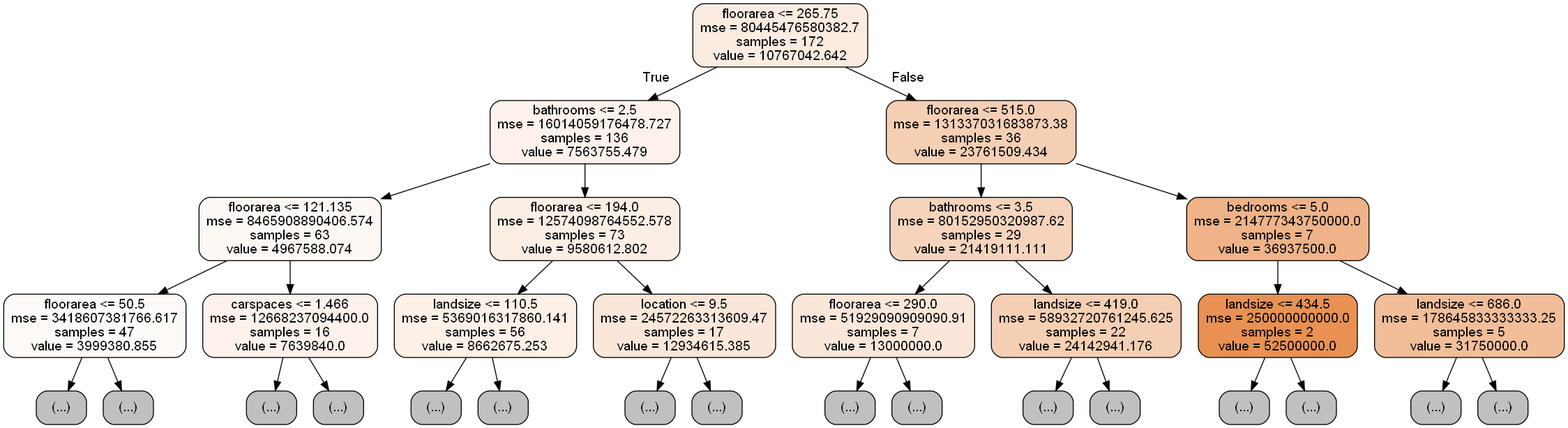
Before: tree2.png, a diagram exported from Graphviz (gwynncausing/RealEstateMultipleRegression). Its source is kept beside it as tree2.dot.
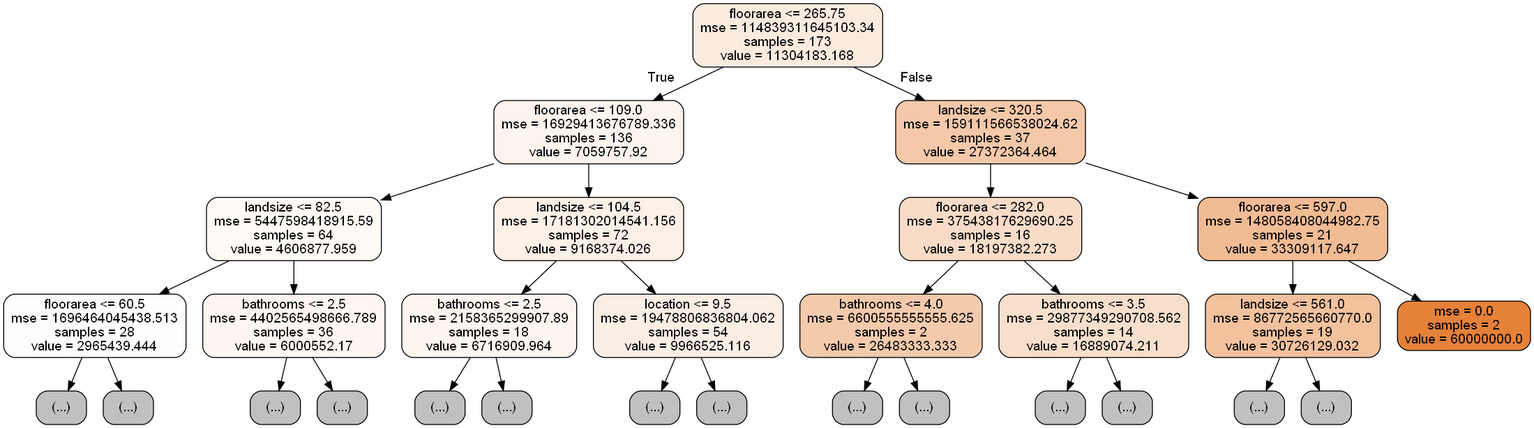
Above is the later version.

The edit, as a diff of the source:
```diff
@@ -1,65 +1,61 @@
 digraph Tree {
 node [shape=box, style="filled, rounded", color="black", fontname=helvetica] ;
 edge [fontname=helvetica] ;
-0 [label="floorarea <= 265.75\nmse = 80445476580382.7\nsamples = 172\nvalue = 10767042.642", fillcolor="#fbebe0"] ;
-1 [label="bathrooms <= 2.5\nmse = 16014059176478.727\nsamples = 136\nvalue = 7563755.479", fillcolor="#fcf2eb"] ;
+0 [label="floorarea <= 265.75\nmse = 114839311645103.34\nsamples = 173\nvalue = 11304183.168", fillcolor="#fbebdf"] ;
+1 [label="floorarea <= 109.0\nmse = 16929413676789.336\nsamples = 136\nvalue = 7059757.92", fillcolor="#fdf4ee"] ;
 0 -> 1 [labeldistance=2.5, labelangle=45, headlabel="True"] ;
-2 [label="floorarea <= 121.135\nmse = 8465908890406.574\nsamples = 63\nvalue = 4967588.074", fillcolor="#fef8f4"] ;
+2 [label="landsize <= 82.5\nmse = 5447598418915.59\nsamples = 64\nvalue = 4606877.959", fillcolor="#fefaf6"] ;
 1 -> 2 ;
-3 [label="floorarea <= 50.5\nmse = 3418607381766.617\nsamples = 47\nvalue = 3999380.855", fillcolor="#fefaf7"] ;
+3 [label="floorarea <= 60.5\nmse = 1696464045438.513\nsamples = 28\nvalue = 2965439.444", fillcolor="#fffdfc"] ;
 2 -> 3 ;
 4 [label="(...)", fillcolor="#C0C0C0"] ;
 3 -> 4 ;
 5 [label="(...)", fillcolor="#C0C0C0"] ;
 3 -> 5 ;
-6 [label="carspaces <= 1.466\nmse = 12668237094400.0\nsamples = 16\nvalue = 7639840.0", fillcolor="#fcf2eb"] ;
+6 [label="bathrooms <= 2.5\nmse = 4402565498666.789\nsamples = 36\nvalue = 6000552.17", fillcolor="#fdf6f2"] ;
 2 -> 6 ;
 7 [label="(...)", fillcolor="#C0C0C0"] ;
 6 -> 7 ;
 8 [label="(...)", fillcolor="#C0C0C0"] ;
 6 -> 8 ;
-9 [label="floorarea <= 194.0\nmse = 12574098764552.578\nsamples = 73\nvalue = 9580612.802", fillcolor="#fbeee4"] ;
+9 [label="landsize <= 104.5\nmse = 17181302014541.156\nsamples = 72\nvalue = 9168374.026", fillcolor="#fcf0e7"] ;
 1 -> 9 ;
-10 [label="landsize <= 110.5\nmse = 5369016317860.141\nsamples = 56\nvalue = 8662675.253", fillcolor="#fcf0e7"] ;
+10 [label="bathrooms <= 2.5\nmse = 2158365299907.89\nsamples = 18\nvalue = 6716909.964", fillcolor="#fdf5ef"] ;
 9 -> 10 ;
 11 [label="(...)", fillcolor="#C0C0C0"] ;
 10 -> 11 ;
 12 [label="(...)", fillcolor="#C0C0C0"] ;
 10 -> 12 ;
-13 [label="location <= 9.5\nmse = 24572263313609.47\nsamples = 17\nvalue = 12934615.385", fillcolor="#fae7d9"] ;
+13 [label="location <= 9.5\nmse = 19478806836804.062\nsamples = 54\nvalue = 9966525.116", fillcolor="#fbeee4"] ;
 9 -> 13 ;
 14 [label="(...)", fillcolor="#C0C0C0"] ;
 13 -> 14 ;
 15 [label="(...)", fillcolor="#C0C0C0"] ;
 13 -> 15 ;
-16 [label="floorarea <= 515.0\nmse = 131337031683873.38\nsamples = 36\nvalue = 23761509.434", fillcolor="#f5cfb4"] ;
+16 [label="landsize <= 320.5\nmse = 159111566538024.62\nsamples = 37\nvalue = 27372364.464", fillcolor="#f4c8a9"] ;
 0 -> 16 [labeldistance=2.5, labelangle=-45, headlabel="False"] ;
-17 [label="bathrooms <= 3.5\nmse = 80152950320987.62\nsamples = 29\nvalue = 21419111.111", fillcolor="#f6d4bc"] ;
+17 [label="floorarea <= 282.0\nmse = 37543817629690.25\nsamples = 16\nvalue = 18197382.273", fillcolor="#f8dcc8"] ;
 16 -> 17 ;
-18 [label="floorarea <= 290.0\nmse = 51929090909090.91\nsamples = 7\nvalue = 13000000.0", fillcolor="#fae7d9"] ;
+18 [label="bathrooms <= 4.0\nmse = 6600555555555.625\nsamples = 2\nvalue = 26483333.333", fillcolor="#f4caac"] ;
 17 -> 18 ;
 19 [label="(...)", fillcolor="#C0C0C0"] ;
 18 -> 19 ;
 20 [label="(...)", fillcolor="#C0C0C0"] ;
 18 -> 20 ;
-21 [label="landsize <= 419.0\nmse = 58932720761245.625\nsamples = 22\nvalue = 24142941.176", fillcolor="#f5cfb3"] ;
+21 [label="bathrooms <= 3.5\nmse = 29877349290708.562\nsamples = 14\nvalue = 16889074.211", fillcolor="#f8dfcc"] ;
 17 -> 21 ;
 22 [label="(...)", fillcolor="#C0C0C0"] ;
 21 -> 22 ;
 23 [label="(...)", fillcolor="#C0C0C0"] ;
 21 -> 23 ;
-24 [label="bedrooms <= 5.0\nmse = 214777343750000.0\nsamples = 7\nvalue = 36937500.0", fillcolor="#efb387"] ;
+24 [label="floorarea <= 597.0\nmse = 148058408044982.75\nsamples = 21\nvalue = 33309117.647", fillcolor="#f1bb94"] ;
 16 -> 24 ;
-25 [label="landsize <= 434.5\nmse = 250000000000.0\nsamples = 2\nvalue = 52500000.0", fillcolor="#e89152"] ;
+25 [label="landsize <= 561.0\nmse = 86772565660770.0\nsamples = 19\nvalue = 30726129.032", fillcolor="#f2c19d"] ;
 24 -> 25 ;
 26 [label="(...)", fillcolor="#C0C0C0"] ;
 25 -> 26 ;
 27 [label="(...)", fillcolor="#C0C0C0"] ;
 25 -> 27 ;
-28 [label="landsize <= 686.0\nmse = 178645833333333.25\nsamples = 5\nvalue = 31750000.0", fillcolor="#f2be99"] ;
+28 [label="mse = 0.0\nsamples = 2\nvalue = 60000000.0", fillcolor="#e58139"] ;
 24 -> 28 ;
-29 [label="(...)", fillcolor="#C0C0C0"] ;
-28 -> 29 ;
-30 [label="(...)", fillcolor="#C0C0C0"] ;
-28 -> 30 ;
 }
```
